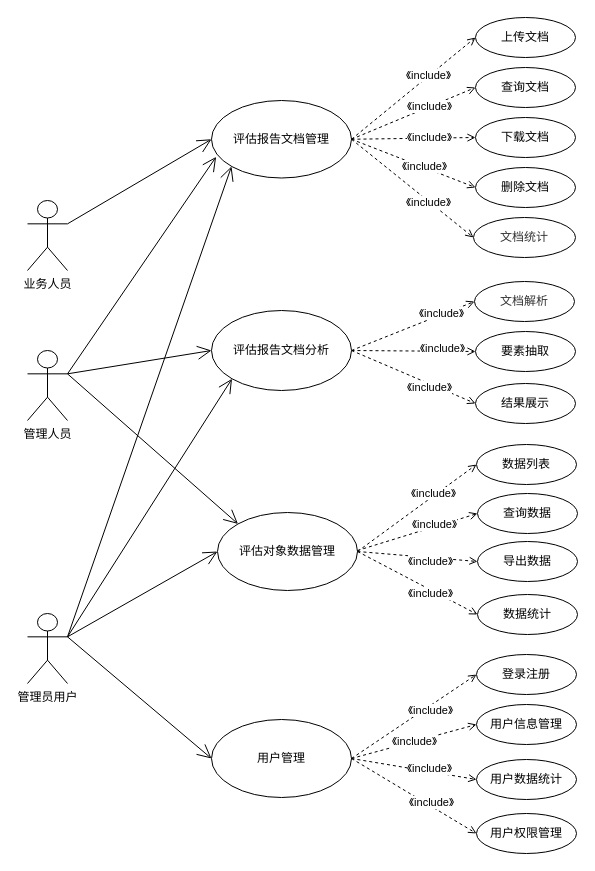
Above: user_case.drawio in lang22/DocAI_UML (draw.io), before the change. Source tidied: cells renumbered, new cells numbered last; positions are measured from the earlier drawing's top-left corner, leaving out a move shared by most shapes. Both pictures are drawn from the tidied source at 100%, with x=0, y=0 at pixel (27, 17).
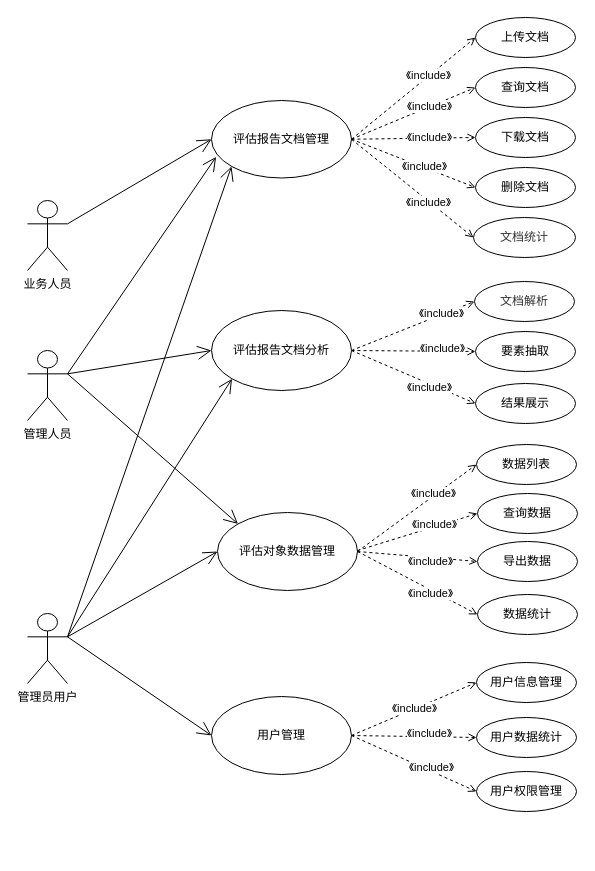
Above is the later version.

What changed in the source:
```diff
@@
     <mxCell id="15" value="用户管理" style="ellipse;whiteSpace=wrap;html=1;fontFamily=Arial;" parent="1" vertex="1">
-      <mxGeometry x="184" y="702" width="140" height="78" as="geometry" />
+      <mxGeometry x="184" y="679" width="140" height="78" as="geometry" />
     </mxCell>
@@
     <mxCell id="40" value="用户信息管理" style="ellipse;whiteSpace=wrap;html=1;fontFamily=Arial;" parent="1" vertex="1">
-      <mxGeometry x="449" y="687" width="100" height="40" as="geometry" />
+      <mxGeometry x="449" y="645" width="100" height="40" as="geometry" />
     </mxCell>
     <mxCell id="41" value="用户数据统计" style="ellipse;whiteSpace=wrap;html=1;fontFamily=Arial;" parent="1" vertex="1">
-      <mxGeometry x="449" y="742" width="100" height="40" as="geometry" />
+      <mxGeometry x="449" y="700" width="100" height="40" as="geometry" />
     </mxCell>
@@
-    <mxCell id="46" value="登录注册" style="ellipse;whiteSpace=wrap;html=1;fontFamily=Arial;" parent="1" vertex="1">
-      <mxGeometry x="449" y="637" width="100" height="40" as="geometry" />
-    </mxCell>
-    <mxCell id="47" style="edgeStyle=none;rounded=0;jettySize=auto;html=1;exitX=1;exitY=0.5;exitDx=0;exitDy=0;entryX=0;entryY=0.5;entryDx=0;entryDy=0;dashed=1;endArrow=open;endFill=0;fontFamily=Arial;" parent="1" edge="1" source="15" target="46">
-      <mxGeometry relative="1" as="geometry" />
-    </mxCell>
-    <mxCell id="48" value="《include》" style="edgeLabel;html=1;align=center;verticalAlign=middle;fontFamily=Arial;" parent="47" vertex="1">
-      <mxGeometry x="0.22" y="-3" relative="1" as="geometry" />
-    </mxCell>
@@
     <mxCell id="56" value="用户权限管理" style="ellipse;whiteSpace=wrap;html=1;fontFamily=Arial;" parent="1" vertex="1">
-      <mxGeometry x="449" y="796" width="100" height="40" as="geometry" />
+      <mxGeometry x="449" y="754" width="100" height="40" as="geometry" />
     </mxCell>
```
